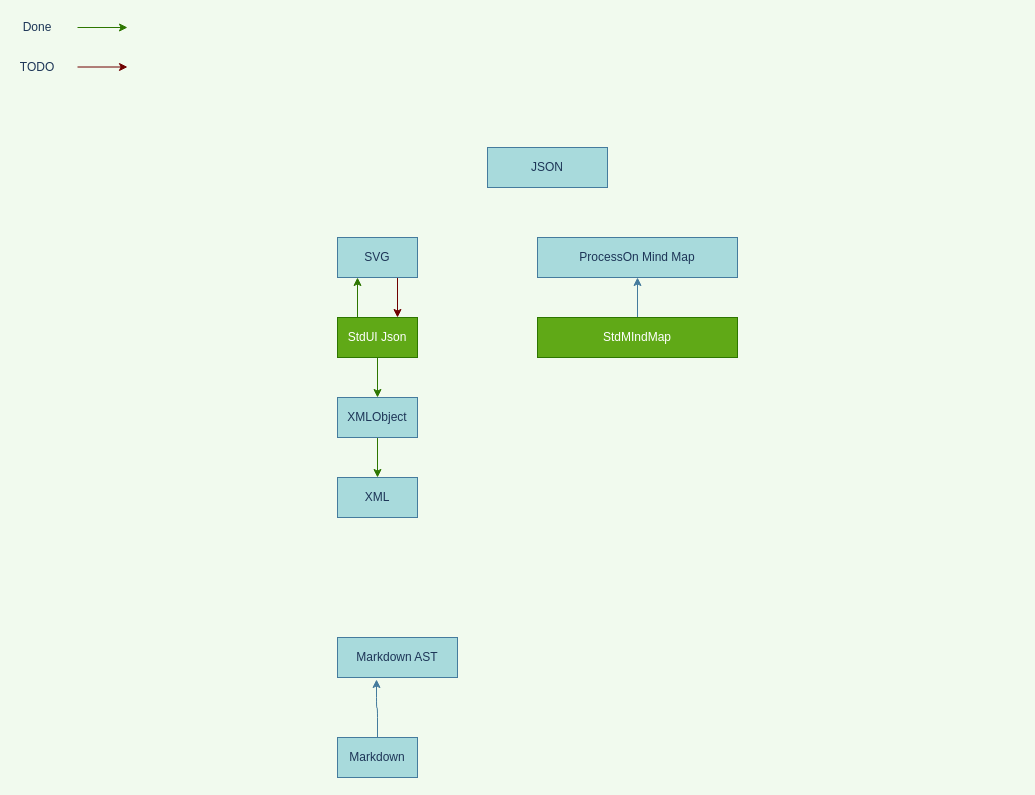
Above: goal.drawio in yunser/json-ui (draw.io), before the change. Source tidied: cells renumbered, new cells numbered last; positions are measured from the earlier drawing's top-left corner, leaving out a move shared by most shapes. Both pictures are drawn from the tidied source at 100%, with x=0, y=0 at pixel (17, 17).
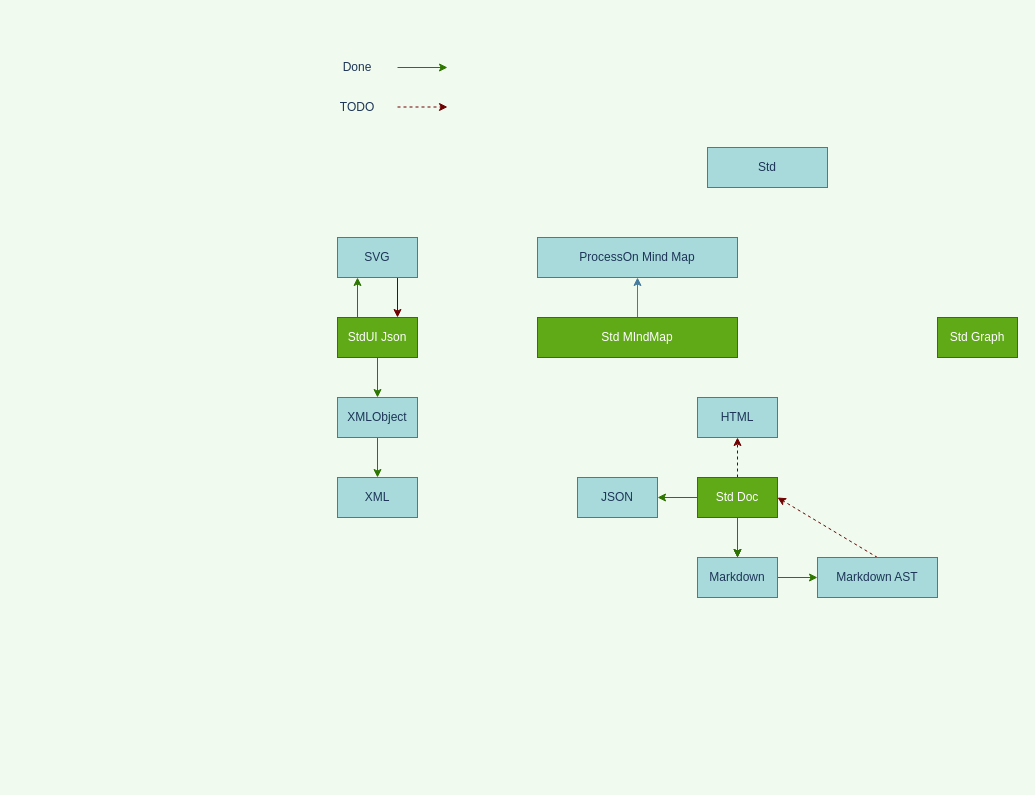
Above is the later version.

Commit message (it also covers changes not shown here):
「add」std doc 2 html

Change to the diagram source:
```diff
@@
-    <mxCell id="3" value="JSON" style="whiteSpace=wrap;html=1;fillColor=#A8DADC;strokeColor=#457B9D;fontColor=#1D3557;" parent="1" vertex="1">
-      <mxGeometry x="470" y="130" width="120" height="40" as="geometry" />
+    <mxCell id="3" value="Std" style="whiteSpace=wrap;html=1;fillColor=#A8DADC;strokeColor=#457B9D;fontColor=#1D3557;" parent="1" vertex="1">
+      <mxGeometry x="690" y="130" width="120" height="40" as="geometry" />
     </mxCell>
@@
-    <mxCell id="8" style="edgeStyle=orthogonalEdgeStyle;rounded=1;jettySize=auto;html=1;exitX=0.5;exitY=0;exitDx=0;exitDy=0;entryX=0.325;entryY=1.05;entryDx=0;entryDy=0;entryPerimeter=0;fontColor=#1D3557;strokeColor=#457B9D;fillColor=#A8DADC;" parent="1" edge="1" source="9" target="10">
-      <mxGeometry relative="1" as="geometry" />
-    </mxCell>
-    <mxCell id="9" value="Markdown" style="whiteSpace=wrap;html=1;fillColor=#A8DADC;strokeColor=#457B9D;fontColor=#1D3557;" parent="1" vertex="1">
-      <mxGeometry x="320" y="720" width="80" height="40" as="geometry" />
-    </mxCell>
-    <mxCell id="10" value="Markdown AST" style="whiteSpace=wrap;html=1;fillColor=#A8DADC;strokeColor=#457B9D;fontColor=#1D3557;" parent="1" vertex="1">
-      <mxGeometry x="320" y="620" width="120" height="40" as="geometry" />
-    </mxCell>
@@
     <mxCell id="14" style="endArrow=classic;html=1;fontColor=#1D3557;strokeColor=#2D7600;fillColor=#60a917;" parent="1" edge="1">
       <mxGeometry relative="1" as="geometry">
-        <mxPoint x="60" y="10" as="sourcePoint" />
-        <mxPoint x="110" y="10" as="targetPoint" />
+        <mxPoint x="380" y="50" as="sourcePoint" />
+        <mxPoint x="430" y="50" as="targetPoint" />
       </mxGeometry>
     </mxCell>
     <mxCell id="15" value="Done" style="text;html=1;strokeColor=none;fillColor=none;align=center;verticalAlign=middle;whiteSpace=wrap;rounded=0;fontColor=#1D3557;" parent="1" vertex="1">
-      <mxGeometry width="40" height="20" as="geometry" />
+      <mxGeometry x="320" y="40" width="40" height="20" as="geometry" />
     </mxCell>
     <mxCell id="16" value="TODO" style="text;html=1;strokeColor=none;fillColor=none;align=center;verticalAlign=middle;whiteSpace=wrap;rounded=0;fontColor=#1D3557;" parent="1" vertex="1">
-      <mxGeometry y="40" width="40" height="20" as="geometry" />
+      <mxGeometry x="320" y="80" width="40" height="20" as="geometry" />
     </mxCell>
-    <mxCell id="17" style="endArrow=classic;html=1;fontColor=#1D3557;strokeColor=#6F0000;fillColor=#a20025;" parent="1" edge="1">
+    <mxCell id="17" style="endArrow=classic;html=1;fontColor=#1D3557;strokeColor=#6F0000;fillColor=#a20025;dashed=1;" parent="1" edge="1">
       <mxGeometry relative="1" as="geometry">
-        <mxPoint x="60" y="49.5" as="sourcePoint" />
-        <mxPoint x="110" y="49.5" as="targetPoint" />
+        <mxPoint x="380" y="89.5" as="sourcePoint" />
+        <mxPoint x="430" y="89.5" as="targetPoint" />
       </mxGeometry>
     </mxCell>
@@
-    <mxCell id="19" value="StdMIndMap" style="whiteSpace=wrap;html=1;fillColor=#60a917;strokeColor=#2D7600;fontColor=#ffffff;" parent="1" vertex="1">
+    <mxCell id="19" value="Std MIndMap" style="whiteSpace=wrap;html=1;fillColor=#60a917;strokeColor=#2D7600;fontColor=#ffffff;" parent="1" vertex="1">
       <mxGeometry x="520" y="300" width="200" height="40" as="geometry" />
     </mxCell>
@@
+    <mxCell id="21" style="edgeStyle=orthogonalEdgeStyle;rounded=0;jettySize=auto;html=1;exitX=0.5;exitY=1;exitDx=0;exitDy=0;entryX=0.5;entryY=0;entryDx=0;entryDy=0;" parent="1" edge="1" source="25" target="9">
+      <mxGeometry relative="1" as="geometry" />
+    </mxCell>
+    <mxCell id="22" style="edgeStyle=orthogonalEdgeStyle;rounded=0;jettySize=auto;html=1;exitX=0.5;exitY=1;exitDx=0;exitDy=0;entryX=0.5;entryY=0;entryDx=0;entryDy=0;fillColor=#60a917;strokeColor=#2D7600;" parent="1" edge="1" source="25" target="9">
+      <mxGeometry relative="1" as="geometry" />
+    </mxCell>
+    <mxCell id="23" style="edgeStyle=none;rounded=0;jettySize=auto;html=1;exitX=0;exitY=0.5;exitDx=0;exitDy=0;entryX=1;entryY=0.5;entryDx=0;entryDy=0;fillColor=#60a917;strokeColor=#2D7600;" parent="1" edge="1" source="25" target="28">
+      <mxGeometry relative="1" as="geometry" />
+    </mxCell>
+    <mxCell id="24" style="edgeStyle=none;rounded=0;jettySize=auto;html=1;exitX=0.5;exitY=0;exitDx=0;exitDy=0;entryX=0.5;entryY=1;entryDx=0;entryDy=0;fillColor=#a20025;strokeColor=#6F0000;dashed=1;" parent="1" edge="1" source="25" target="29">
+      <mxGeometry relative="1" as="geometry" />
+    </mxCell>
+    <mxCell id="25" value="Std Doc" style="whiteSpace=wrap;html=1;fillColor=#60a917;strokeColor=#2D7600;fontColor=#ffffff;" parent="1" vertex="1">
+      <mxGeometry x="680" y="460" width="80" height="40" as="geometry" />
+    </mxCell>
+    <mxCell id="26" value="Std Graph" style="whiteSpace=wrap;html=1;fillColor=#60a917;strokeColor=#2D7600;fontColor=#ffffff;" parent="1" vertex="1">
+      <mxGeometry x="920" y="300" width="80" height="40" as="geometry" />
+    </mxCell>
+    <mxCell id="8" style="edgeStyle=orthogonalEdgeStyle;rounded=0;jettySize=auto;html=1;exitX=1;exitY=0.5;exitDx=0;exitDy=0;entryX=0;entryY=0.5;entryDx=0;entryDy=0;fillColor=#60a917;strokeColor=#2D7600;" parent="1" edge="1" source="9" target="10">
+      <mxGeometry relative="1" as="geometry" />
+    </mxCell>
+    <mxCell id="9" value="Markdown" style="whiteSpace=wrap;html=1;fillColor=#A8DADC;strokeColor=#457B9D;fontColor=#1D3557;" parent="1" vertex="1">
+      <mxGeometry x="680" y="540" width="80" height="40" as="geometry" />
+    </mxCell>
+    <mxCell id="27" style="rounded=0;jettySize=auto;html=1;exitX=0.5;exitY=0;exitDx=0;exitDy=0;entryX=1;entryY=0.5;entryDx=0;entryDy=0;fillColor=#a20025;strokeColor=#6F0000;dashed=1;" parent="1" edge="1" source="10" target="25">
+      <mxGeometry relative="1" as="geometry" />
+    </mxCell>
+    <mxCell id="10" value="Markdown AST" style="whiteSpace=wrap;html=1;fillColor=#A8DADC;strokeColor=#457B9D;fontColor=#1D3557;" parent="1" vertex="1">
+      <mxGeometry x="800" y="540" width="120" height="40" as="geometry" />
+    </mxCell>
+    <mxCell id="28" value="JSON" style="whiteSpace=wrap;html=1;fillColor=#A8DADC;strokeColor=#457B9D;fontColor=#1D3557;" parent="1" vertex="1">
+      <mxGeometry x="560" y="460" width="80" height="40" as="geometry" />
+    </mxCell>
+    <mxCell id="29" value="HTML" style="whiteSpace=wrap;html=1;fillColor=#A8DADC;strokeColor=#457B9D;fontColor=#1D3557;" parent="1" vertex="1">
+      <mxGeometry x="680" y="380" width="80" height="40" as="geometry" />
+    </mxCell>
```
